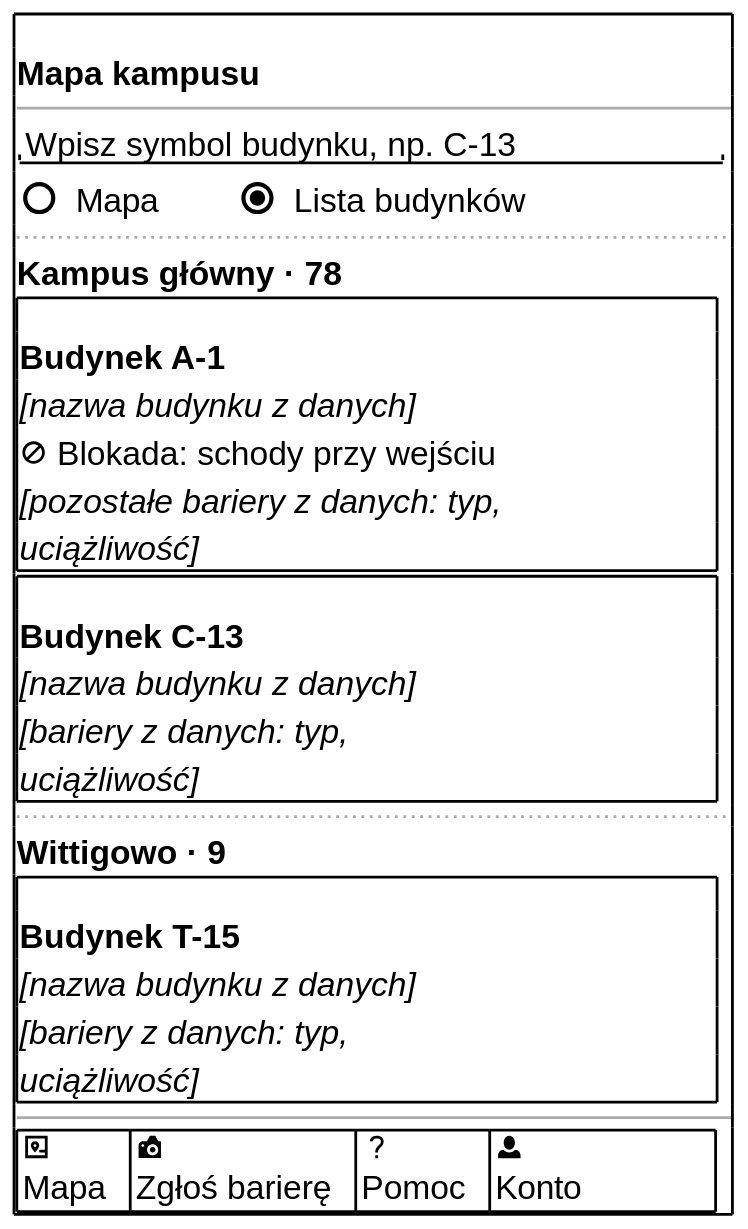
Earlier version of the PlantUML export docs/docs/_generated/m-v1-mapa-lista.svg (dostepny-kampus/dostepny-kampus).
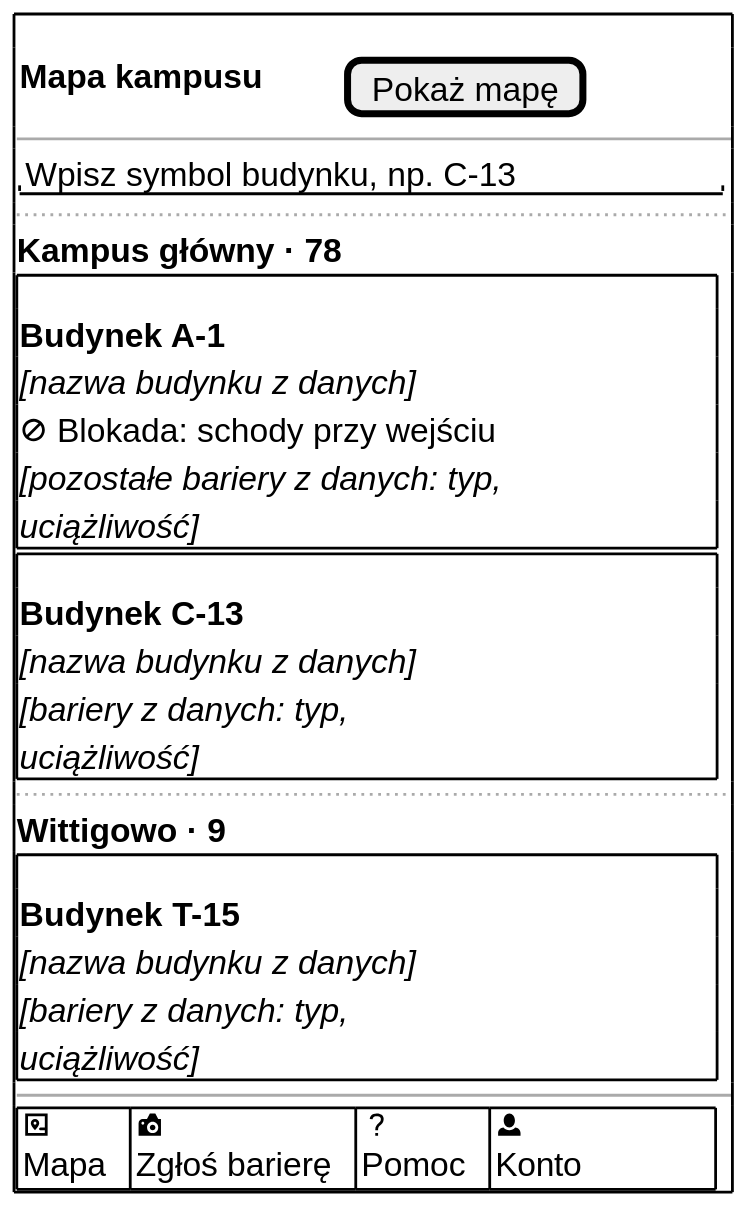
Later version of the same file.

Change to the diagram source:
```diff
@@ -3,9 +3,8 @@
 !include _wspolne.iuml
 !include _odwiedzajacy.iuml
 $ekran_poczatek()
-$naglowek_startowy("Mapa kampusu")
+$naglowek_mapy("Pokaż mapę")
 $pole_tekstowe("Wpisz symbol budynku, np. C-13")
-$przelacznik("Mapa", "Lista budynków", 2)
 $sekcja("Kampus główny · 78")
 $ramka()
 <b>Budynek A-1</b>
```
